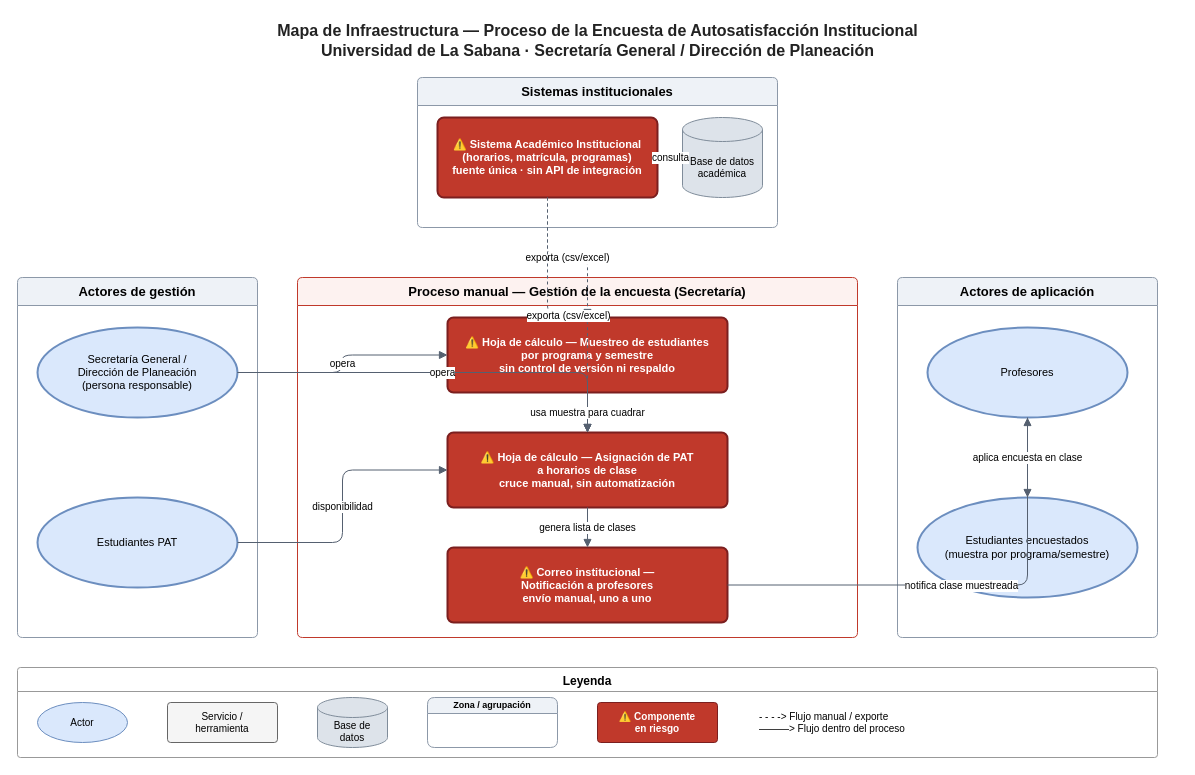
Earlier version of the draw.io diagram 04-infraestructura/mapa-final.drawio (Wax-01/Unisabana-solution). Source tidied: cells renumbered, new cells numbered last; positions are measured from the earlier drawing's top-left corner, leaving out a move shared by most shapes. Both pictures are drawn from the tidied source at 100%, with x=0, y=0 at pixel (17, 17).
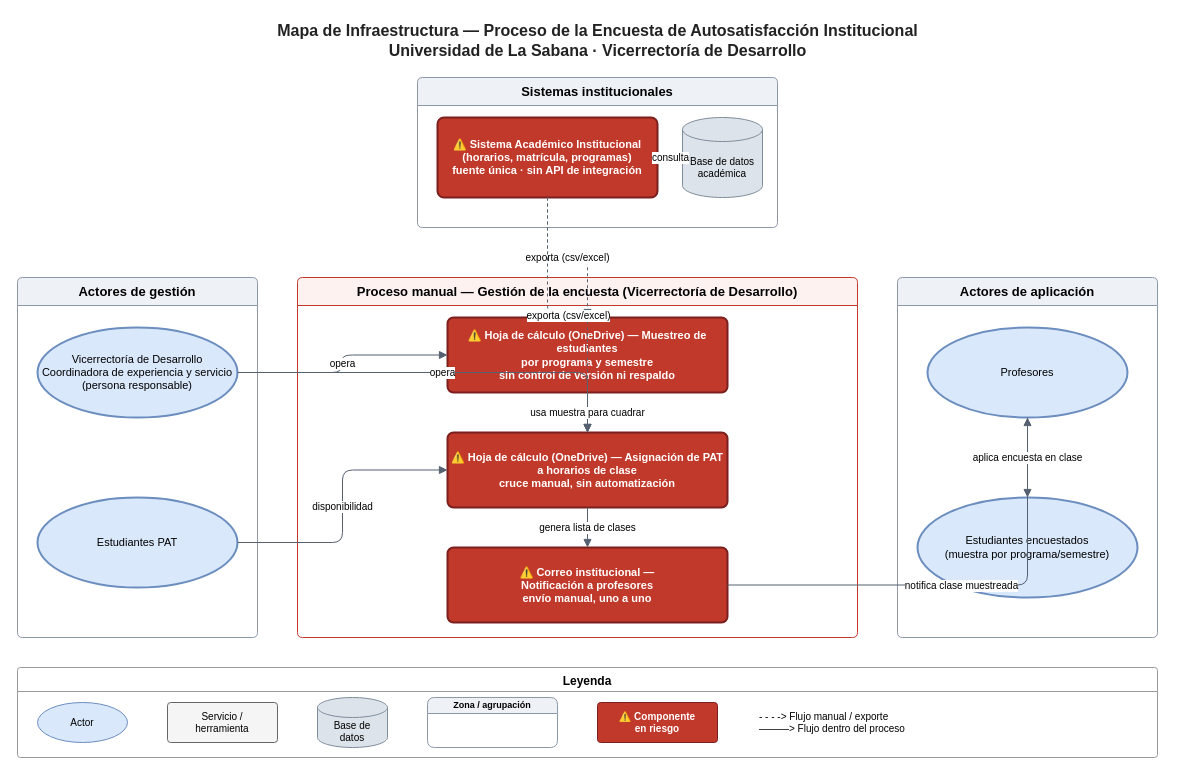
After the change.

The change refers to these unchanged cells:
```xml
<mxCell id="6" value="Actores de gestión" style="swimlane;whiteSpace=wrap;html=1;startSize=28;rounded=1;arcSize=6;fillColor=#eef2f7;strokeColor=#8c98a8;fontStyle=1;fontSize=13;verticalAlign=top;" parent="1" vertex="1">
  <mxGeometry y="260" width="240" height="360" as="geometry" />
</mxCell>
```

The edit, as a diff of the source:
```diff
@@
-    <mxCell id="2" value="Mapa de Infraestructura — Proceso de la Encuesta de Autosatisfacción Institucional&#10;Universidad de La Sabana · Secretaría General / Dirección de Planeación" style="text;html=1;align=center;verticalAlign=middle;fontSize=16;fontStyle=1;fontColor=#222222;" parent="1" vertex="1">
+    <mxCell id="2" value="Mapa de Infraestructura — Proceso de la Encuesta de Autosatisfacción Institucional&#10;Universidad de La Sabana · Vicerrectoría de Desarrollo" style="text;html=1;align=center;verticalAlign=middle;fontSize=16;fontStyle=1;fontColor=#222222;" parent="1" vertex="1">
       <mxGeometry width="1160" height="45" as="geometry" />
     </mxCell>
@@
-    <mxCell id="7" value="Secretaría General /&#10;Dirección de Planeación&#10;(persona responsable)" style="ellipse;whiteSpace=wrap;html=1;fillColor=#dae8fc;strokeColor=#6c8ebf;strokeWidth=2;fontSize=11;" parent="6" vertex="1">
+    <mxCell id="7" value="Vicerrectoría de Desarrollo&#10;Coordinadora de experiencia y servicio&#10;(persona responsable)" style="ellipse;whiteSpace=wrap;html=1;fillColor=#dae8fc;strokeColor=#6c8ebf;strokeWidth=2;fontSize=11;" parent="6" vertex="1">
       <mxGeometry x="20" y="50" width="200" height="90" as="geometry" />
     </mxCell>
@@
-    <mxCell id="9" value="Proceso manual — Gestión de la encuesta (Secretaría)" style="swimlane;whiteSpace=wrap;html=1;startSize=28;rounded=1;arcSize=6;fillColor=#fdf2f0;strokeColor=#c0392b;fontStyle=1;fontSize=13;verticalAlign=top;" parent="1" vertex="1">
+    <mxCell id="9" value="Proceso manual — Gestión de la encuesta (Vicerrectoría de Desarrollo)" style="swimlane;whiteSpace=wrap;html=1;startSize=28;rounded=1;arcSize=6;fillColor=#fdf2f0;strokeColor=#c0392b;fontStyle=1;fontSize=13;verticalAlign=top;" parent="1" vertex="1">
       <mxGeometry x="280" y="260" width="560" height="360" as="geometry" />
     </mxCell>
-    <mxCell id="10" value="⚠️ Hoja de cálculo — Muestreo de estudiantes&#10;por programa y semestre&#10;sin control de versión ni respaldo" style="rounded=1;arcSize=8;whiteSpace=wrap;html=1;fillColor=#c0392b;fontColor=#ffffff;strokeColor=#7b1f1f;strokeWidth=2;fontSize=11;fontStyle=1;" parent="9" vertex="1">
+    <mxCell id="10" value="⚠️ Hoja de cálculo (OneDrive) — Muestreo de estudiantes&#10;por programa y semestre&#10;sin control de versión ni respaldo" style="rounded=1;arcSize=8;whiteSpace=wrap;html=1;fillColor=#c0392b;fontColor=#ffffff;strokeColor=#7b1f1f;strokeWidth=2;fontSize=11;fontStyle=1;" parent="9" vertex="1">
       <mxGeometry x="150" y="40" width="280" height="75" as="geometry" />
     </mxCell>
-    <mxCell id="11" value="⚠️ Hoja de cálculo — Asignación de PAT&#10;a horarios de clase&#10;cruce manual, sin automatización" style="rounded=1;arcSize=8;whiteSpace=wrap;html=1;fillColor=#c0392b;fontColor=#ffffff;strokeColor=#7b1f1f;strokeWidth=2;fontSize=11;fontStyle=1;" parent="9" vertex="1">
+    <mxCell id="11" value="⚠️ Hoja de cálculo (OneDrive) — Asignación de PAT&#10;a horarios de clase&#10;cruce manual, sin automatización" style="rounded=1;arcSize=8;whiteSpace=wrap;html=1;fillColor=#c0392b;fontColor=#ffffff;strokeColor=#7b1f1f;strokeWidth=2;fontSize=11;fontStyle=1;" parent="9" vertex="1">
       <mxGeometry x="150" y="155" width="280" height="75" as="geometry" />
     </mxCell>
```
